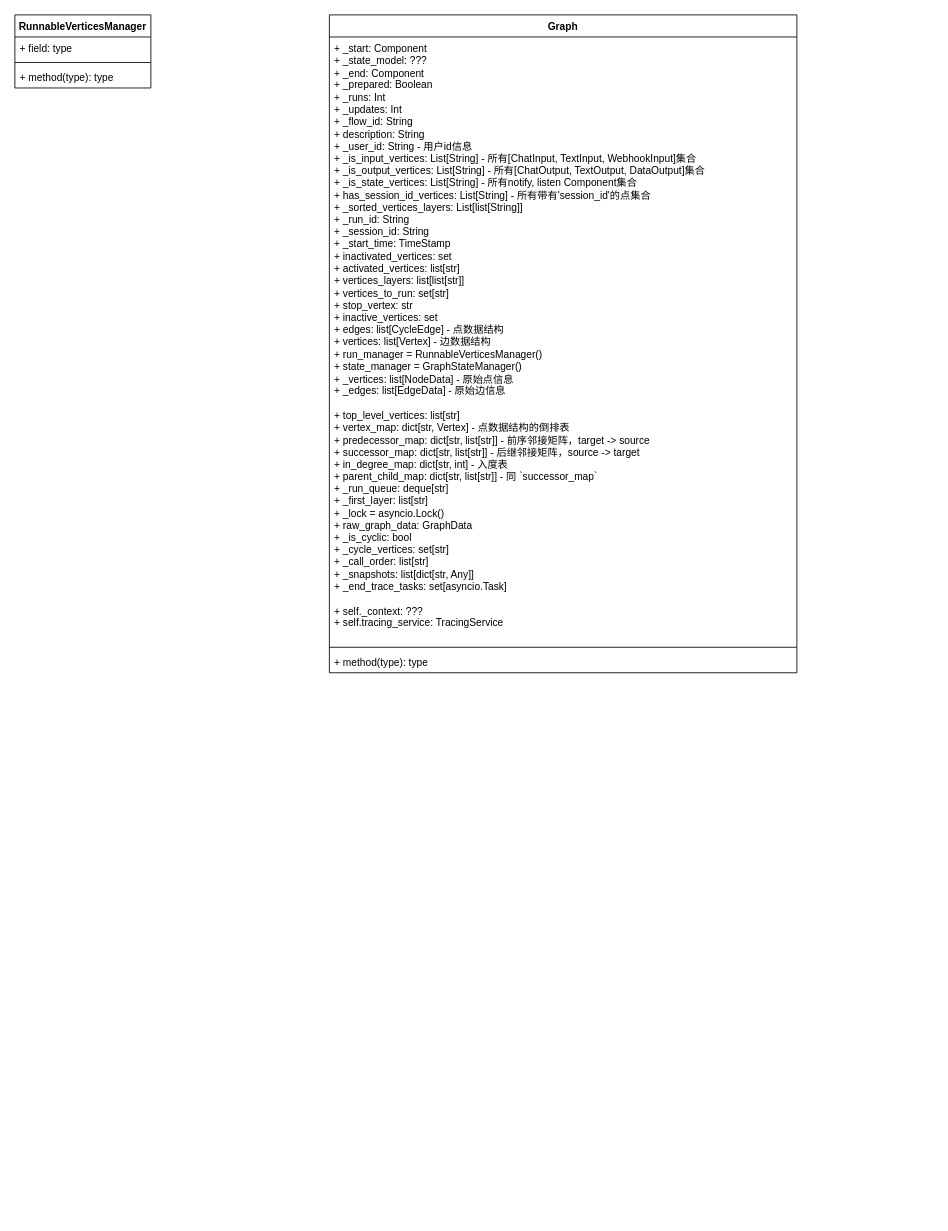
This is page "Graph" (1 of 4) of langflow_v2.drawio from ooooona/toolkits, a draw.io file, before an edit. Source tidied: cells renumbered, new cells numbered last; positions are measured from the earlier drawing's top-left corner, leaving out a move shared by most shapes. Both pictures are drawn from the tidied source at 85%, with x=0, y=0 at pixel (14, 14).
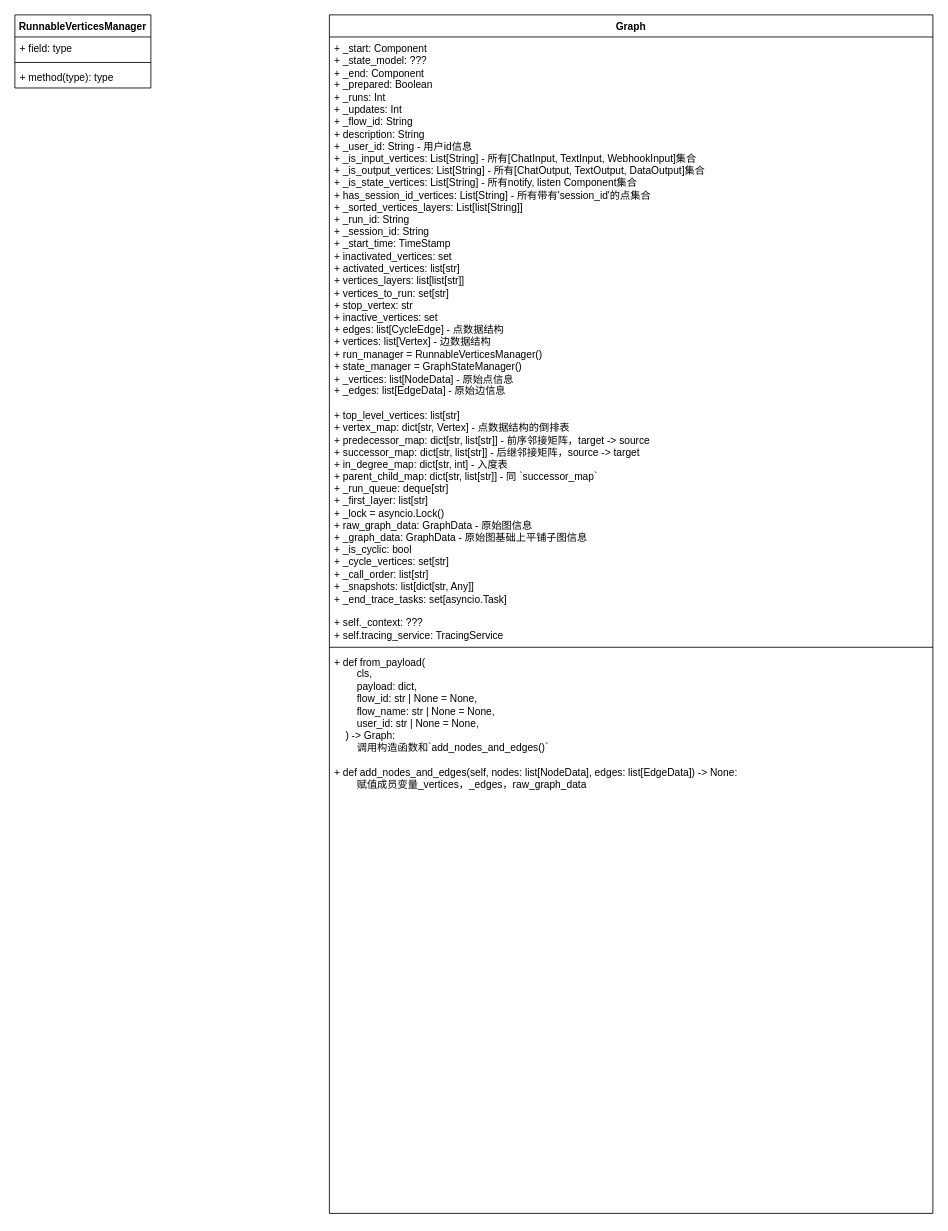
The same page after the edit.

What changed in the source:
```diff
@@
 <mxGraphModel>
   <root>
     <mxCell id="0" />
     <mxCell id="1" parent="0" />
     <mxCell id="2" value="Graph" style="swimlane;fontStyle=1;align=center;verticalAlign=top;horizontal=1;startSize=26;whiteSpace=wrap;html=1;" parent="1" vertex="1">
-      <mxGeometry x="370" width="550" height="774" as="geometry" />
+      <mxGeometry x="370" width="710" height="1410" as="geometry" />
     </mxCell>
-    <mxCell id="3" value="+ _start: Component&lt;div&gt;+&amp;nbsp;_state_model: ???&lt;/div&gt;&lt;div&gt;+ _end: Component&lt;/div&gt;&lt;div&gt;+ _prepared: Boolean&lt;/div&gt;&lt;div&gt;+ _runs: Int&lt;/div&gt;&lt;div&gt;+ _updates: Int&lt;/div&gt;&lt;div&gt;+ _flow_id: String&lt;/div&gt;&lt;div&gt;+ description: String&lt;/div&gt;&lt;div&gt;+ _user_id:&amp;nbsp;&lt;span style=&quot;background-color: transparent; color: light-dark(rgb(0, 0, 0), rgb(255, 255, 255));&quot;&gt;String - 用户id信息&lt;/span&gt;&lt;/div&gt;&lt;div&gt;+ _is_input_vertices: List[String] - 所有[ChatInput, TextInput, WebhookInput]集合&lt;/div&gt;&lt;div&gt;+&amp;nbsp;_is_output_vertices: List[String] - 所有[ChatOutput, TextOutput, DataOutput]集合&lt;/div&gt;&lt;div&gt;+&amp;nbsp;_is_state_vertices: List[String] - 所有notify, listen Component集合&lt;/div&gt;&lt;div&gt;+&amp;nbsp;has_session_id_vertices: List[String] - 所有带有'session_id'的点集合&lt;/div&gt;&lt;div&gt;+&amp;nbsp;_sorted_vertices_layers: List[list[String]]&lt;/div&gt;&lt;div&gt;+ _run_id:&amp;nbsp;&lt;span style=&quot;background-color: transparent; color: light-dark(rgb(0, 0, 0), rgb(255, 255, 255));&quot;&gt;String&lt;/span&gt;&lt;/div&gt;&lt;div&gt;+ _session_id:&amp;nbsp;&lt;span style=&quot;background-color: transparent; color: light-dark(rgb(0, 0, 0), rgb(255, 255, 255));&quot;&gt;String&lt;/span&gt;&lt;/div&gt;&lt;div&gt;+ _start_time: TimeStamp&lt;/div&gt;&lt;div&gt;+&amp;nbsp;inactivated_vertices: set&lt;/div&gt;&lt;div&gt;+&amp;nbsp;activated_vertices: list[str]&lt;/div&gt;&lt;div&gt;+&amp;nbsp;vertices_layers: list[list[str]]&lt;/div&gt;&lt;div&gt;+&amp;nbsp;vertices_to_run: set[str]&lt;/div&gt;&lt;div&gt;+&amp;nbsp;stop_vertex: str&lt;/div&gt;&lt;div&gt;+&amp;nbsp;inactive_vertices: set&amp;nbsp;&lt;/div&gt;&lt;div&gt;+&amp;nbsp;edges: list[CycleEdge] - 点数据结构&lt;/div&gt;&lt;div&gt;+&amp;nbsp;vertices: list[Vertex] - 边数据结构&lt;/div&gt;&lt;div&gt;+&amp;nbsp;run_manager = RunnableVerticesManager()&lt;/div&gt;&lt;div&gt;+&amp;nbsp;state_manager = GraphStateManager()&lt;/div&gt;&lt;div&gt;+&amp;nbsp;_vertices: list[NodeData] - 原始点信息&lt;/div&gt;&lt;div&gt;+&amp;nbsp;_edges: list[EdgeData] - 原始边信息&lt;/div&gt;&lt;div&gt;&lt;br&gt;&lt;/div&gt;&lt;div&gt;+&amp;nbsp;top_level_vertices: list[str]&lt;/div&gt;&lt;div&gt;+&amp;nbsp;vertex_map: dict[str, Vertex] - 点数据结构的倒排表&lt;/div&gt;&lt;div&gt;+&amp;nbsp;predecessor_map: dict[str, list[str]] - 前序邻接矩阵，target -&amp;gt; source&lt;/div&gt;&lt;div&gt;+&amp;nbsp;successor_map: dict[str, list[str]] - 后继邻接矩阵，source -&amp;gt; target&lt;/div&gt;&lt;div&gt;+&amp;nbsp;in_degree_map: dict[str, int] - 入度表&lt;/div&gt;&lt;div&gt;+&amp;nbsp;parent_child_map: dict[str, list[str]] - 同&lt;span style=&quot;background-color: transparent; color: light-dark(rgb(0, 0, 0), rgb(255, 255, 255));&quot;&gt;&amp;nbsp;`successor_map`&lt;/span&gt;&lt;/div&gt;&lt;div&gt;+&amp;nbsp;_run_queue: deque[str]&lt;/div&gt;&lt;div&gt;+&amp;nbsp;_first_layer: list[str]&lt;/div&gt;&lt;div&gt;+&amp;nbsp;_lock = asyncio.Lock()&lt;/div&gt;&lt;div&gt;+&amp;nbsp;raw_graph_data: GraphData&lt;/div&gt;&lt;div&gt;+&amp;nbsp;_is_cyclic: bool&amp;nbsp;&lt;/div&gt;&lt;div&gt;+&amp;nbsp;_cycle_vertices: set[str]&lt;/div&gt;&lt;div&gt;+&amp;nbsp;_call_order: list[str]&lt;/div&gt;&lt;div&gt;+&amp;nbsp;_snapshots: list[dict[str, Any]]&lt;/div&gt;&lt;div&gt;+&amp;nbsp;_end_trace_tasks: set[asyncio.Task]&lt;/div&gt;&lt;div&gt;&lt;br&gt;&lt;/div&gt;&lt;div&gt;+&amp;nbsp;self._context: ???&lt;/div&gt;&lt;div&gt;+&amp;nbsp;self.tracing_service: TracingService&lt;/div&gt;&lt;div&gt;&lt;br&gt;&lt;/div&gt;" style="text;strokeColor=none;fillColor=none;align=left;verticalAlign=top;spacingLeft=4;spacingRight=4;overflow=hidden;whiteSpace=wrap;html=1;" parent="2" vertex="1">
-      <mxGeometry y="26" width="550" height="714" as="geometry" />
+    <mxCell id="3" value="+ _start: Component&lt;div&gt;+&amp;nbsp;_state_model: ???&lt;/div&gt;&lt;div&gt;+ _end: Component&lt;/div&gt;&lt;div&gt;+ _prepared: Boolean&lt;/div&gt;&lt;div&gt;+ _runs: Int&lt;/div&gt;&lt;div&gt;+ _updates: Int&lt;/div&gt;&lt;div&gt;+ _flow_id: String&lt;/div&gt;&lt;div&gt;+ description: String&lt;/div&gt;&lt;div&gt;+ _user_id:&amp;nbsp;&lt;span style=&quot;background-color: transparent; color: light-dark(rgb(0, 0, 0), rgb(255, 255, 255));&quot;&gt;String - 用户id信息&lt;/span&gt;&lt;/div&gt;&lt;div&gt;+ _is_input_vertices: List[String] - 所有[ChatInput, TextInput, WebhookInput]集合&lt;/div&gt;&lt;div&gt;+&amp;nbsp;_is_output_vertices: List[String] - 所有[ChatOutput, TextOutput, DataOutput]集合&lt;/div&gt;&lt;div&gt;+&amp;nbsp;_is_state_vertices: List[String] - 所有notify, listen Component集合&lt;/div&gt;&lt;div&gt;+&amp;nbsp;has_session_id_vertices: List[String] - 所有带有'session_id'的点集合&lt;/div&gt;&lt;div&gt;+&amp;nbsp;_sorted_vertices_layers: List[list[String]]&lt;/div&gt;&lt;div&gt;+ _run_id:&amp;nbsp;&lt;span style=&quot;background-color: transparent; color: light-dark(rgb(0, 0, 0), rgb(255, 255, 255));&quot;&gt;String&lt;/span&gt;&lt;/div&gt;&lt;div&gt;+ _session_id:&amp;nbsp;&lt;span style=&quot;background-color: transparent; color: light-dark(rgb(0, 0, 0), rgb(255, 255, 255));&quot;&gt;String&lt;/span&gt;&lt;/div&gt;&lt;div&gt;+ _start_time: TimeStamp&lt;/div&gt;&lt;div&gt;+&amp;nbsp;inactivated_vertices: set&lt;/div&gt;&lt;div&gt;+&amp;nbsp;activated_vertices: list[str]&lt;/div&gt;&lt;div&gt;+&amp;nbsp;vertices_layers: list[list[str]]&lt;/div&gt;&lt;div&gt;+&amp;nbsp;vertices_to_run: set[str]&lt;/div&gt;&lt;div&gt;+&amp;nbsp;stop_vertex: str&lt;/div&gt;&lt;div&gt;+&amp;nbsp;inactive_vertices: set&amp;nbsp;&lt;/div&gt;&lt;div&gt;+&amp;nbsp;edges: list[CycleEdge] - 点数据结构&lt;/div&gt;&lt;div&gt;+&amp;nbsp;vertices: list[Vertex] - 边数据结构&lt;/div&gt;&lt;div&gt;+&amp;nbsp;run_manager = RunnableVerticesManager()&lt;/div&gt;&lt;div&gt;+&amp;nbsp;state_manager = GraphStateManager()&lt;/div&gt;&lt;div&gt;+&amp;nbsp;_vertices: list[NodeData] - 原始点信息&lt;/div&gt;&lt;div&gt;+&amp;nbsp;_edges: list[EdgeData] - 原始边信息&lt;/div&gt;&lt;div&gt;&lt;br&gt;&lt;/div&gt;&lt;div&gt;+&amp;nbsp;top_level_vertices: list[str]&lt;/div&gt;&lt;div&gt;+&amp;nbsp;vertex_map: dict[str, Vertex] - 点数据结构的倒排表&lt;/div&gt;&lt;div&gt;+&amp;nbsp;predecessor_map: dict[str, list[str]] - 前序邻接矩阵，target -&amp;gt; source&lt;/div&gt;&lt;div&gt;+&amp;nbsp;successor_map: dict[str, list[str]] - 后继邻接矩阵，source -&amp;gt; target&lt;/div&gt;&lt;div&gt;+&amp;nbsp;in_degree_map: dict[str, int] - 入度表&lt;/div&gt;&lt;div&gt;+&amp;nbsp;parent_child_map: dict[str, list[str]] - 同&lt;span style=&quot;background-color: transparent; color: light-dark(rgb(0, 0, 0), rgb(255, 255, 255));&quot;&gt;&amp;nbsp;`successor_map`&lt;/span&gt;&lt;/div&gt;&lt;div&gt;+&amp;nbsp;_run_queue: deque[str]&lt;/div&gt;&lt;div&gt;+&amp;nbsp;_first_layer: list[str]&lt;/div&gt;&lt;div&gt;+&amp;nbsp;_lock = asyncio.Lock()&lt;/div&gt;&lt;div&gt;+&amp;nbsp;raw_graph_data: GraphData - 原始图信息&lt;/div&gt;&lt;div&gt;+&amp;nbsp;_graph_data:&amp;nbsp;&lt;span style=&quot;background-color: transparent; color: light-dark(rgb(0, 0, 0), rgb(255, 255, 255));&quot;&gt;GraphData - 原始图基础上平铺子图信息&lt;/span&gt;&lt;/div&gt;&lt;div&gt;+&amp;nbsp;_is_cyclic: bool&amp;nbsp;&lt;/div&gt;&lt;div&gt;+&amp;nbsp;_cycle_vertices: set[str]&lt;/div&gt;&lt;div&gt;+&amp;nbsp;_call_order: list[str]&lt;/div&gt;&lt;div&gt;+&amp;nbsp;_snapshots: list[dict[str, Any]]&lt;/div&gt;&lt;div&gt;+&amp;nbsp;_end_trace_tasks: set[asyncio.Task]&lt;/div&gt;&lt;div&gt;&lt;br&gt;&lt;/div&gt;&lt;div&gt;+&amp;nbsp;self._context: ???&lt;/div&gt;&lt;div&gt;+&amp;nbsp;self.tracing_service: TracingService&lt;/div&gt;&lt;div&gt;&lt;br&gt;&lt;/div&gt;" style="text;strokeColor=none;fillColor=none;align=left;verticalAlign=top;spacingLeft=4;spacingRight=4;overflow=hidden;whiteSpace=wrap;html=1;" parent="2" vertex="1">
+      <mxGeometry y="26" width="710" height="714" as="geometry" />
     </mxCell>
     <mxCell id="4" style="line;strokeWidth=1;fillColor=none;align=left;verticalAlign=middle;spacingTop=-1;spacingLeft=3;spacingRight=3;labelPosition=right;strokeColor=inherit;" parent="2" vertex="1">
-      <mxGeometry y="740" width="550" height="8" as="geometry" />
+      <mxGeometry y="740" width="710" height="8" as="geometry" />
     </mxCell>
-    <mxCell id="5" value="+ method(type): type" style="text;strokeColor=none;fillColor=none;align=left;verticalAlign=top;spacingLeft=4;spacingRight=4;overflow=hidden;whiteSpace=wrap;html=1;" parent="2" vertex="1">
-      <mxGeometry y="748" width="550" height="26" as="geometry" />
+    <mxCell id="5" value="+&amp;nbsp;&lt;span style=&quot;background-color: transparent;&quot;&gt;def from_payload(&lt;/span&gt;&lt;div&gt;&amp;nbsp; &amp;nbsp; &amp;nbsp; &amp;nbsp; cls,&lt;/div&gt;&lt;div&gt;&amp;nbsp; &amp;nbsp; &amp;nbsp; &amp;nbsp; payload: dict,&lt;/div&gt;&lt;div&gt;&amp;nbsp; &amp;nbsp; &amp;nbsp; &amp;nbsp; flow_id: str | None = None,&lt;/div&gt;&lt;div&gt;&amp;nbsp; &amp;nbsp; &amp;nbsp; &amp;nbsp; flow_name: str | None = None,&lt;/div&gt;&lt;div&gt;&amp;nbsp; &amp;nbsp; &amp;nbsp; &amp;nbsp; user_id: str | None = None,&lt;/div&gt;&lt;div&gt;&amp;nbsp; &amp;nbsp; ) -&amp;gt; Graph:&lt;/div&gt;&lt;div&gt;&lt;span style=&quot;white-space: pre;&quot;&gt;&#9;&lt;/span&gt;调用构造函数和`add_nodes_and_edges()`&lt;br&gt;&lt;/div&gt;&lt;div&gt;&lt;br&gt;&lt;/div&gt;&lt;div&gt;&lt;div&gt;+ def add_nodes_and_edges(self, nodes: list[NodeData], edges: list[EdgeData]) -&amp;gt; None:&lt;/div&gt;&lt;/div&gt;&lt;div&gt;&lt;span style=&quot;white-space: pre;&quot;&gt;&#9;&lt;/span&gt;赋值成员变量_vertices，_edges，raw_graph_data&lt;br&gt;&lt;/div&gt;&lt;div&gt;&lt;br&gt;&lt;/div&gt;" style="text;strokeColor=none;fillColor=none;align=left;verticalAlign=top;spacingLeft=4;spacingRight=4;overflow=hidden;whiteSpace=wrap;html=1;" parent="2" vertex="1">
+      <mxGeometry y="748" width="710" height="662" as="geometry" />
     </mxCell>
     <mxCell id="6" value="RunnableVerticesManager" style="swimlane;fontStyle=1;align=center;verticalAlign=top;horizontal=1;startSize=26;whiteSpace=wrap;html=1;" parent="1" vertex="1">
       <mxGeometry width="160" height="86" as="geometry" />
     </mxCell>
     <mxCell id="7" value="+ field: type" style="text;strokeColor=none;fillColor=none;align=left;verticalAlign=top;spacingLeft=4;spacingRight=4;overflow=hidden;whiteSpace=wrap;html=1;" parent="6" vertex="1">
       <mxGeometry y="26" width="160" height="26" as="geometry" />
     </mxCell>
     <mxCell id="8" style="line;strokeWidth=1;fillColor=none;align=left;verticalAlign=middle;spacingTop=-1;spacingLeft=3;spacingRight=3;labelPosition=right;strokeColor=inherit;" parent="6" vertex="1">
       <mxGeometry y="52" width="160" height="8" as="geometry" />
     </mxCell>
     <mxCell id="9" value="+ method(type): type" style="text;strokeColor=none;fillColor=none;align=left;verticalAlign=top;spacingLeft=4;spacingRight=4;overflow=hidden;whiteSpace=wrap;html=1;" parent="6" vertex="1">
       <mxGeometry y="60" width="160" height="26" as="geometry" />
     </mxCell>
   </root>
 </mxGraphModel>
```
